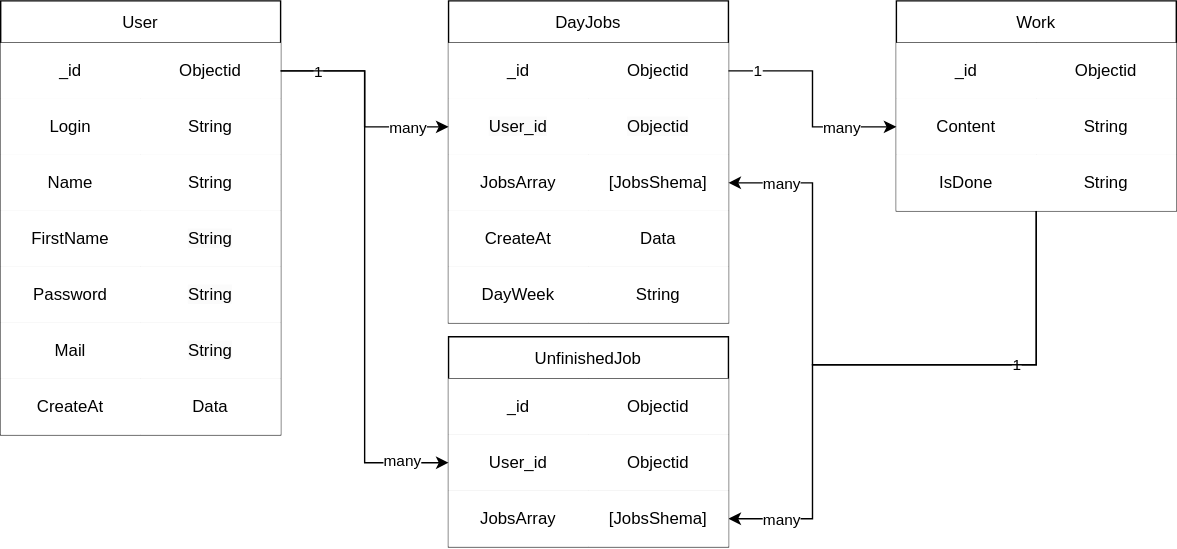
The draw.io diagram FireWeekDiagram.drawio.svg in lambehorn/FireWeek, before a commit. Source tidied: cells renumbered, new cells last; positions are measured from the earlier drawing's top-left corner, leaving out a move shared by most shapes.
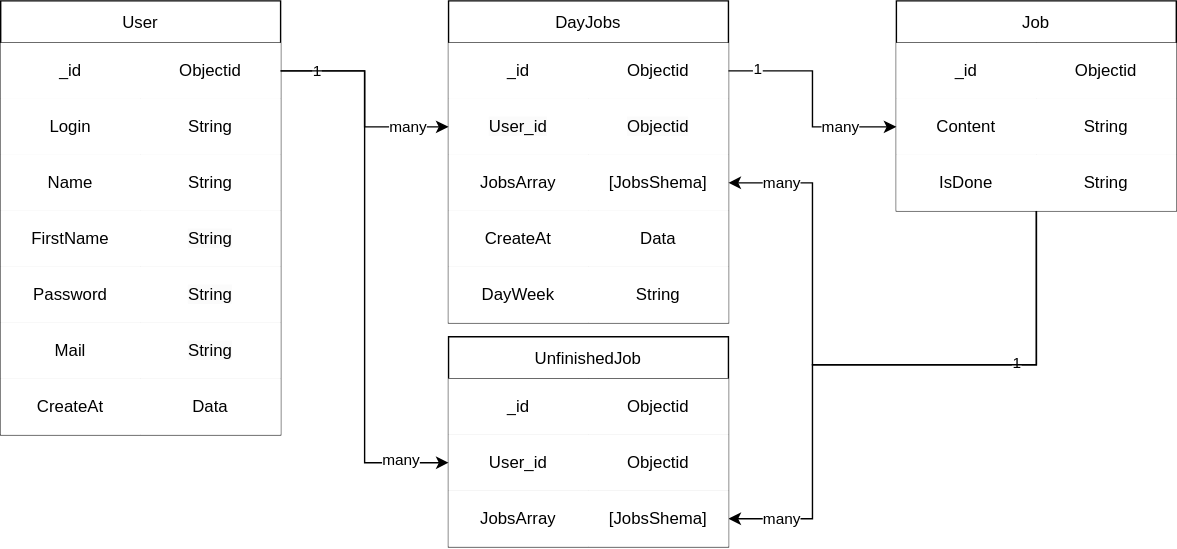
After the change.

Diff of the diagram source:
```diff
@@ -156,7 +156,7 @@
     <mxCell id="47" value="many" style="edgeLabel;html=1;align=center;verticalAlign=middle;" parent="46" vertex="1">
       <mxGeometry x="0.83" relative="1" as="geometry" />
     </mxCell>
-    <mxCell id="48" value="Work" style="shape=table;startSize=30;" parent="1" vertex="1">
+    <mxCell id="48" value="Job" style="shape=table;startSize=30;" parent="1" vertex="1">
       <mxGeometry x="640" width="200" height="150" as="geometry" />
     </mxCell>
     <mxCell id="49" style="shape=tableRow;horizontal=0;startSize=0;swimlaneHead=0;swimlaneBody=0;top=0;left=0;bottom=0;right=0;" parent="48" vertex="1">
```
